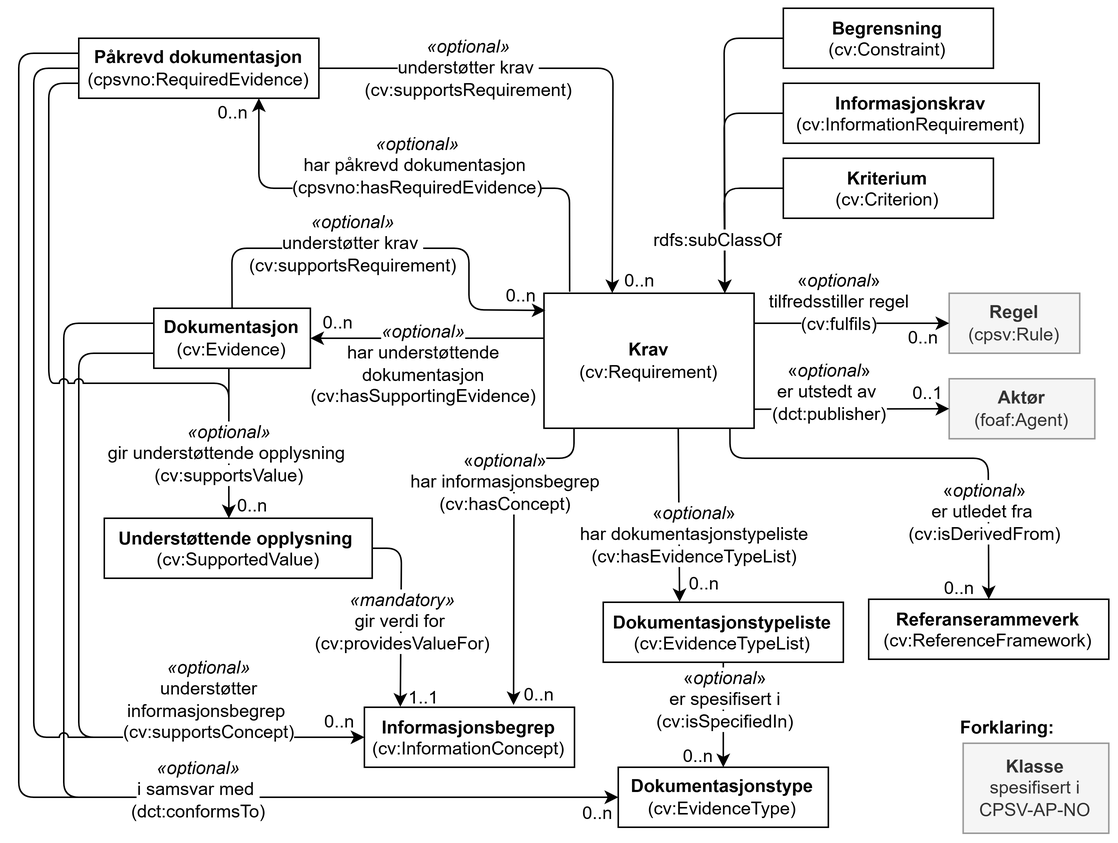
Before: docs/images/CCCEV-AP-NO-klasser.png, a diagram exported from draw.io (Informasjonsforvaltning/cccev-ap-no). Source tidied: cells renumbered, new cells last; positions are measured from the earlier drawing's top-left corner, leaving out a move shared by most shapes.
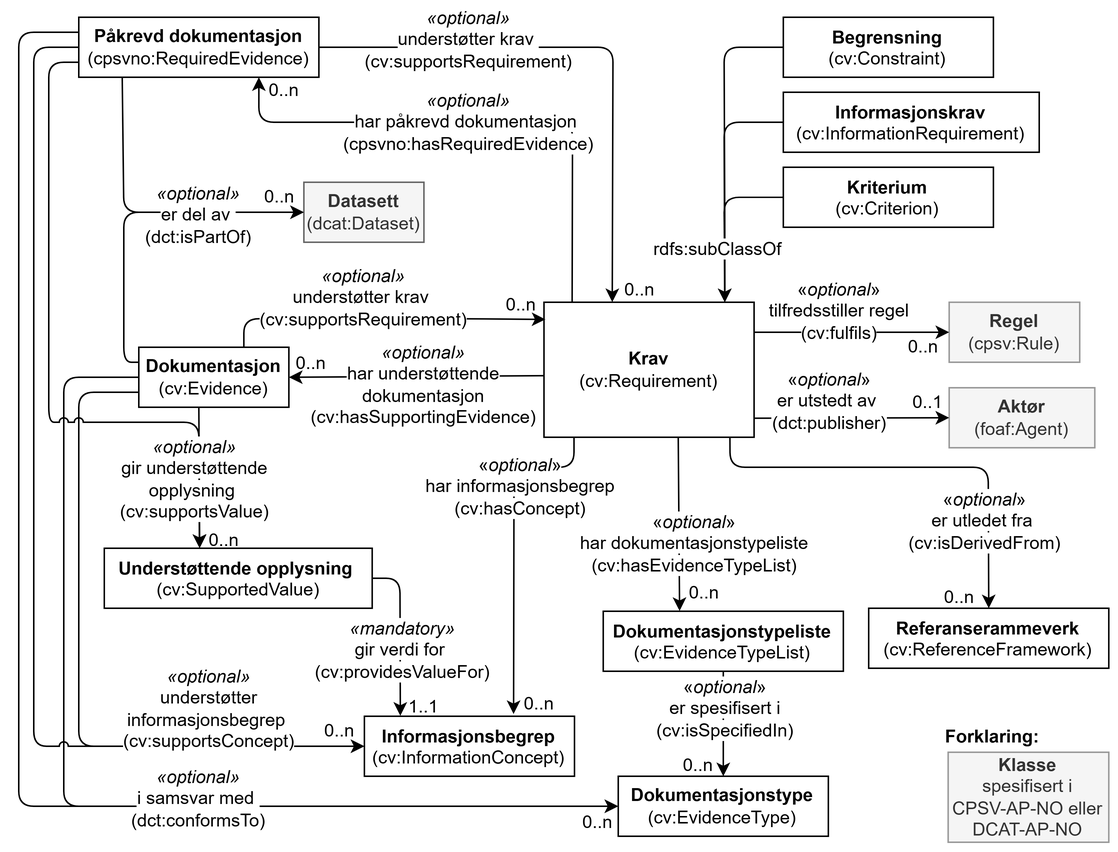
The same file after the commit.

Diff of the diagram source:
```diff
@@ -62,7 +62,7 @@
       <mxGeometry relative="1" as="geometry" />
     </mxCell>
     <mxCell id="19" value="&lt;span style=&quot;background-color: rgb(255, 255, 255);&quot;&gt;«&lt;i style=&quot;&quot;&gt;optional&lt;/i&gt;»&lt;br&gt;&amp;nbsp;har informasjonsbegrep&amp;nbsp;&lt;br&gt;(cv:hasConcept)&lt;/span&gt;" style="text;html=1;strokeColor=none;fillColor=none;align=center;verticalAlign=middle;whiteSpace=wrap;rounded=0;" parent="1" vertex="1">
-      <mxGeometry x="250.4" y="290" width="149" height="52" as="geometry" />
+      <mxGeometry x="260.5" y="287" width="149" height="52" as="geometry" />
     </mxCell>
     <mxCell id="20" style="endArrow=classic;html=1;rounded=1;exitX=0.885;exitY=1.003;exitDx=0;exitDy=0;entryX=0.5;entryY=0;entryDx=0;entryDy=0;exitPerimeter=0;curved=0;" parent="1" edge="1" source="2" target="8">
       <mxGeometry relative="1" as="geometry">
@@ -125,49 +125,48 @@
       <mxGeometry x="436.5" y="140" width="60" height="30" as="geometry" />
     </mxCell>
     <mxCell id="33" value="&lt;b&gt;Dokumentasjon&lt;/b&gt;&lt;br&gt;(cv:Evidence)" style="rounded=0;whiteSpace=wrap;html=1;fillColor=none;strokeColor=#000000;" parent="1" vertex="1">
-      <mxGeometry x="90" y="200" width="104.3" height="40" as="geometry" />
+      <mxGeometry x="80" y="220" width="100" height="40" as="geometry" />
     </mxCell>
-    <mxCell id="34" style="endArrow=classic;html=1;rounded=0;exitX=0;exitY=0.333;exitDx=0;exitDy=0;exitPerimeter=0;entryX=1;entryY=0.5;entryDx=0;entryDy=0;" parent="1" edge="1" source="2" target="33">
+    <mxCell id="34" style="endArrow=classic;html=1;rounded=0;entryX=1;entryY=0.5;entryDx=0;entryDy=0;exitX=-0.001;exitY=0.544;exitDx=0;exitDy=0;exitPerimeter=0;" parent="1" edge="1" source="2" target="33">
       <mxGeometry relative="1" as="geometry" />
     </mxCell>
     <mxCell id="35" value="&lt;span style=&quot;background-color: light-dark(#ffffff, var(--ge-dark-color, #121212));&quot;&gt;&lt;i&gt;«optional»&lt;br&gt;&lt;/i&gt;har understøttende dokumentasjon&lt;br&gt;(cv:hasSupportingEvidence)&lt;/span&gt;" style="text;html=1;whiteSpace=wrap;strokeColor=none;fillColor=none;align=center;verticalAlign=middle;rounded=0;" parent="1" vertex="1">
-      <mxGeometry x="240" y="222" width="60" height="30" as="geometry" />
+      <mxGeometry x="240" y="230" width="60" height="30" as="geometry" />
     </mxCell>
     <mxCell id="36" value="0..n" style="text;html=1;strokeColor=none;fillColor=none;align=center;verticalAlign=middle;whiteSpace=wrap;rounded=0;" parent="1" vertex="1">
-      <mxGeometry x="196.3" y="200" width="34" height="20" as="geometry" />
+      <mxGeometry x="180" y="221" width="30" height="20" as="geometry" />
     </mxCell>
     <mxCell id="37" style="group;" parent="1" vertex="1">
       <mxGeometry x="629.3" y="470" width="97" height="80" as="geometry" />
     </mxCell>
-    <mxCell id="38" value="&lt;b&gt;Klasse&lt;/b&gt;&lt;div&gt;spesifisert i CPSV-AP-NO&lt;/div&gt;" style="rounded=0;whiteSpace=wrap;html=1;fillColor=#f5f5f5;strokeColor=#999999;fontColor=#333333;" parent="37" vertex="1">
-      <mxGeometry y="20" width="97" height="60" as="geometry" />
+    <mxCell id="38" value="&lt;b&gt;Klasse&lt;/b&gt;&lt;div&gt;spesifisert i &lt;br&gt;CPSV-AP-NO eller DCAT-AP-NO&lt;/div&gt;" style="rounded=0;whiteSpace=wrap;html=1;fillColor=#f5f5f5;strokeColor=#999999;fontColor=#333333;" parent="37" vertex="1">
+      <mxGeometry x="-10" y="20" width="107" height="60" as="geometry" />
     </mxCell>
     <mxCell id="39" value="&lt;b&gt;Forklaring:&lt;/b&gt;" style="text;html=1;whiteSpace=wrap;strokeColor=none;fillColor=none;align=center;verticalAlign=middle;rounded=0;" parent="37" vertex="1">
-      <mxGeometry width="60" height="20" as="geometry" />
+      <mxGeometry x="-10" width="60" height="20" as="geometry" />
     </mxCell>
     <mxCell id="40" value="&lt;div&gt;&lt;b&gt;Understøttende opplysning&amp;nbsp;&lt;/b&gt;&lt;/div&gt;&lt;div&gt;(cv:SupportedValue)&lt;/div&gt;" style="rounded=0;whiteSpace=wrap;html=1;verticalAlign=top;fontFamily=Helvetica;fontSize=12;fillColor=none;" parent="1" vertex="1">
-      <mxGeometry x="57" y="340" width="178.5" height="40" as="geometry" />
+      <mxGeometry x="57" y="354" width="178.5" height="40" as="geometry" />
     </mxCell>
-    <mxCell id="41" style="endArrow=classic;html=1;rounded=0;" parent="1" edge="1">
+    <mxCell id="41" style="endArrow=classic;html=1;rounded=0;entryX=0.356;entryY=-0.001;entryDx=0;entryDy=0;entryPerimeter=0;" parent="1" edge="1" target="40">
       <mxGeometry relative="1" as="geometry">
-        <mxPoint x="140" y="240" as="sourcePoint" />
-        <mxPoint x="140" y="340" as="targetPoint" />
+        <mxPoint x="120" y="260" as="sourcePoint" />
       </mxGeometry>
     </mxCell>
     <mxCell id="42" value="0..n" style="text;html=1;strokeColor=none;fillColor=none;align=center;verticalAlign=middle;whiteSpace=wrap;rounded=0;" parent="1" vertex="1">
-      <mxGeometry x="141" y="322" width="30" height="20" as="geometry" />
+      <mxGeometry x="122" y="339" width="30" height="20" as="geometry" />
     </mxCell>
-    <mxCell id="43" style="endArrow=classic;html=1;rounded=1;exitX=0.5;exitY=0;exitDx=0;exitDy=0;curved=0;entryX=0.007;entryY=0.127;entryDx=0;entryDy=0;entryPerimeter=0;" parent="1" edge="1" source="33" target="2">
+    <mxCell id="43" style="endArrow=classic;html=1;rounded=1;curved=0;entryX=0.007;entryY=0.127;entryDx=0;entryDy=0;entryPerimeter=0;" parent="1" edge="1" target="2">
       <mxGeometry relative="1" as="geometry">
+        <mxPoint x="150" y="220" as="sourcePoint" />
         <Array as="points">
-          <mxPoint x="142" y="160" />
-          <mxPoint x="300" y="160" />
+          <mxPoint x="150" y="201" />
           <mxPoint x="300" y="201" />
         </Array>
       </mxGeometry>
     </mxCell>
     <mxCell id="44" value="&lt;div&gt;&lt;span style=&quot;background-color: light-dark(#ffffff, var(--ge-dark-color, #121212));&quot;&gt;&amp;nbsp;&lt;i&gt;«optional»&lt;/i&gt;&amp;nbsp;&lt;/span&gt;&lt;/div&gt;&lt;div&gt;&lt;span style=&quot;background-color: light-dark(#ffffff, var(--ge-dark-color, #121212));&quot;&gt;understøtter krav&amp;nbsp;&lt;/span&gt;&lt;/div&gt;&lt;div&gt;&lt;span style=&quot;background-color: light-dark(#ffffff, var(--ge-dark-color, #121212));&quot;&gt;(cv:supportsRequirement)&lt;/span&gt;&lt;/div&gt;" style="text;html=1;whiteSpace=wrap;strokeColor=none;fillColor=none;align=center;verticalAlign=middle;rounded=0;" parent="1" vertex="1">
-      <mxGeometry x="193" y="142" width="60" height="30" as="geometry" />
+      <mxGeometry x="200" y="172" width="60" height="30" as="geometry" />
     </mxCell>
     <mxCell id="45" value="0..n" style="text;html=1;strokeColor=none;fillColor=none;align=center;verticalAlign=middle;whiteSpace=wrap;rounded=0;" parent="1" vertex="1">
       <mxGeometry x="318" y="182" width="34" height="20" as="geometry" />
@@ -175,7 +174,7 @@
     <mxCell id="46" style="endArrow=classic;html=1;rounded=1;entryX=0;entryY=0.5;entryDx=0;entryDy=0;exitX=0;exitY=0.75;exitDx=0;exitDy=0;curved=0;" parent="1" edge="1" source="33" target="4">
       <mxGeometry relative="1" as="geometry">
         <Array as="points">
-          <mxPoint x="40" y="230" />
+          <mxPoint x="40" y="250" />
           <mxPoint x="40" y="486" />
         </Array>
       </mxGeometry>
@@ -186,7 +185,7 @@
     <mxCell id="48" style="endArrow=classic;html=1;rounded=1;exitX=1;exitY=0.5;exitDx=0;exitDy=0;entryX=0.171;entryY=-0.008;entryDx=0;entryDy=0;entryPerimeter=0;curved=0;" parent="1" edge="1" source="40" target="4">
       <mxGeometry relative="1" as="geometry">
         <Array as="points">
-          <mxPoint x="255" y="360" />
+          <mxPoint x="254" y="374" />
         </Array>
       </mxGeometry>
     </mxCell>
@@ -194,12 +193,12 @@
       <mxGeometry x="253" y="450" width="34" height="20" as="geometry" />
     </mxCell>
     <mxCell id="50" value="&lt;div&gt;&lt;span style=&quot;background-color: light-dark(#ffffff, var(--ge-dark-color, #121212));&quot;&gt;&lt;i&gt;«mandatory»&lt;/i&gt;&lt;/span&gt;&lt;/div&gt;&lt;div&gt;&lt;span style=&quot;background-color: light-dark(#ffffff, var(--ge-dark-color, #121212));&quot;&gt;gir verdi for&amp;nbsp;&lt;/span&gt;&lt;/div&gt;&lt;div&gt;&lt;span style=&quot;background-color: light-dark(#ffffff, var(--ge-dark-color, #121212));&quot;&gt;(cv:providesValueFor)&lt;/span&gt;&lt;/div&gt;" style="text;html=1;whiteSpace=wrap;strokeColor=none;fillColor=none;align=center;verticalAlign=middle;rounded=0;" parent="1" vertex="1">
-      <mxGeometry x="226.3" y="394" width="60" height="30" as="geometry" />
+      <mxGeometry x="226.3" y="407" width="60" height="30" as="geometry" />
     </mxCell>
-    <mxCell id="51" style="endArrow=classic;html=1;rounded=1;entryX=0;entryY=0.5;entryDx=0;entryDy=0;exitX=0;exitY=0.25;exitDx=0;exitDy=0;curved=0;" parent="1" edge="1" source="33" target="25">
+    <mxCell id="51" style="endArrow=classic;html=1;rounded=1;entryX=0;entryY=0.5;entryDx=0;entryDy=0;exitX=0;exitY=0.5;exitDx=0;exitDy=0;curved=0;" parent="1" edge="1" source="33" target="25">
       <mxGeometry relative="1" as="geometry">
         <Array as="points">
-          <mxPoint x="30" y="210" />
+          <mxPoint x="30" y="240" />
           <mxPoint x="30" y="526" />
         </Array>
       </mxGeometry>
@@ -211,20 +210,20 @@
       <mxGeometry x="362.2" y="325" width="177.3" height="52" as="geometry" />
     </mxCell>
     <mxCell id="54" value="&lt;b&gt;Påkrevd dokumentasjon&lt;/b&gt;&lt;br&gt;(cpsvno:RequiredEvidence)" style="rounded=0;whiteSpace=wrap;html=1;fillColor=none;strokeColor=#000000;" parent="1" vertex="1">
-      <mxGeometry x="40" y="20" width="160" height="40" as="geometry" />
+      <mxGeometry x="40" width="160" height="40" as="geometry" />
     </mxCell>
     <mxCell id="55" style="endArrow=classic;html=1;rounded=1;exitX=1;exitY=0.5;exitDx=0;exitDy=0;entryX=0.325;entryY=-0.001;entryDx=0;entryDy=0;entryPerimeter=0;curved=0;" parent="1" edge="1" source="54" target="2">
       <mxGeometry relative="1" as="geometry">
         <Array as="points">
-          <mxPoint x="396" y="40" />
+          <mxPoint x="396" y="20" />
         </Array>
       </mxGeometry>
     </mxCell>
-    <mxCell id="56" style="endArrow=classic;html=1;rounded=1;entryX=0.75;entryY=1;entryDx=0;entryDy=0;exitX=0.122;exitY=-0.011;exitDx=0;exitDy=0;exitPerimeter=0;curved=0;" parent="1" edge="1" source="2" target="54">
+    <mxCell id="56" style="endArrow=classic;html=1;rounded=1;entryX=0.75;entryY=1;entryDx=0;entryDy=0;curved=0;exitX=0.134;exitY=-0.002;exitDx=0;exitDy=0;exitPerimeter=0;" parent="1" edge="1" source="2" target="54">
       <mxGeometry relative="1" as="geometry">
         <Array as="points">
-          <mxPoint x="367" y="120" />
-          <mxPoint x="160" y="120" />
+          <mxPoint x="369" y="70" />
+          <mxPoint x="160" y="70" />
         </Array>
       </mxGeometry>
     </mxCell>
@@ -232,18 +231,18 @@
       <mxGeometry x="397.5" y="172" width="34" height="20" as="geometry" />
     </mxCell>
     <mxCell id="58" value="0..n" style="text;html=1;strokeColor=none;fillColor=none;align=center;verticalAlign=middle;whiteSpace=wrap;rounded=0;" parent="1" vertex="1">
-      <mxGeometry x="126.3" y="60" width="34" height="20" as="geometry" />
+      <mxGeometry x="160" y="39" width="34" height="20" as="geometry" />
     </mxCell>
     <mxCell id="59" value="&lt;div&gt;&lt;span style=&quot;background-color: light-dark(#ffffff, var(--ge-dark-color, #121212));&quot;&gt;&amp;nbsp;&lt;i&gt;«optional»&lt;/i&gt;&amp;nbsp;&lt;/span&gt;&lt;/div&gt;&lt;div&gt;&lt;span style=&quot;background-color: light-dark(#ffffff, var(--ge-dark-color, #121212));&quot;&gt;understøtter krav&amp;nbsp;&lt;/span&gt;&lt;/div&gt;&lt;div&gt;&lt;span style=&quot;background-color: light-dark(#ffffff, var(--ge-dark-color, #121212));&quot;&gt;(cv:supportsRequirement)&lt;/span&gt;&lt;/div&gt;" style="text;html=1;whiteSpace=wrap;strokeColor=none;fillColor=none;align=center;verticalAlign=middle;rounded=0;" parent="1" vertex="1">
-      <mxGeometry x="270.3" y="25" width="60" height="30" as="geometry" />
+      <mxGeometry x="270.3" width="60" height="30" as="geometry" />
     </mxCell>
     <mxCell id="60" value="&lt;div&gt;&lt;span style=&quot;background-color: light-dark(#ffffff, var(--ge-dark-color, #121212));&quot;&gt;&amp;nbsp;&lt;i&gt;«optional»&lt;/i&gt;&amp;nbsp;&lt;/span&gt;&lt;/div&gt;&lt;div&gt;&lt;span style=&quot;background-color: light-dark(#ffffff, var(--ge-dark-color, #121212));&quot;&gt;har påkrevd dokumentasjon&amp;nbsp;&lt;/span&gt;&lt;/div&gt;&lt;div&gt;&lt;span style=&quot;background-color: light-dark(#ffffff, var(--ge-dark-color, #121212));&quot;&gt;(cpsvno:hasRequiredEvidence)&lt;/span&gt;&lt;/div&gt;" style="text;html=1;whiteSpace=wrap;strokeColor=none;fillColor=none;align=center;verticalAlign=middle;rounded=0;" parent="1" vertex="1">
-      <mxGeometry x="235.5" y="90" width="60" height="30" as="geometry" />
+      <mxGeometry x="270" y="55" width="60" height="30" as="geometry" />
     </mxCell>
     <mxCell id="61" style="endArrow=classic;html=1;rounded=1;entryX=0;entryY=0.5;entryDx=0;entryDy=0;exitX=0;exitY=0.5;exitDx=0;exitDy=0;curved=0;jumpStyle=arc;" parent="1" edge="1" source="54" target="4">
       <mxGeometry relative="1" as="geometry">
         <Array as="points">
-          <mxPoint x="10" y="40" />
+          <mxPoint x="10" y="20" />
           <mxPoint x="10" y="486" />
         </Array>
       </mxGeometry>
@@ -254,7 +253,7 @@
     <mxCell id="63" style="endArrow=classic;html=1;rounded=1;entryX=0;entryY=0.5;entryDx=0;entryDy=0;exitX=0;exitY=0.25;exitDx=0;exitDy=0;curved=0;jumpStyle=arc;" parent="1" edge="1" source="54" target="25">
       <mxGeometry relative="1" as="geometry">
         <Array as="points">
-          <mxPoint y="30" />
+          <mxPoint y="10" />
           <mxPoint y="526" />
         </Array>
       </mxGeometry>
@@ -262,18 +261,41 @@
     <mxCell id="64" value="&lt;div&gt;&lt;span style=&quot;background-color: light-dark(#ffffff, var(--ge-dark-color, #121212));&quot;&gt;&lt;i&gt;«optional»&lt;/i&gt;&lt;/span&gt;&lt;/div&gt;&lt;div&gt;&lt;span style=&quot;background-color: light-dark(#ffffff, var(--ge-dark-color, #121212));&quot;&gt;i samsvar med&amp;nbsp;&lt;/span&gt;&lt;/div&gt;&lt;div&gt;&lt;span style=&quot;background-color: light-dark(#ffffff, var(--ge-dark-color, #121212));&quot;&gt;(dct:conformsTo)&lt;/span&gt;&lt;/div&gt;" style="text;html=1;whiteSpace=wrap;strokeColor=none;fillColor=none;align=center;verticalAlign=middle;rounded=0;" parent="1" vertex="1">
       <mxGeometry x="90" y="506" width="60" height="30" as="geometry" />
     </mxCell>
-    <mxCell id="65" style="endArrow=classic;html=1;rounded=1;exitX=0;exitY=0.75;exitDx=0;exitDy=0;curved=0;jumpStyle=arc;" parent="1" edge="1" source="54">
+    <mxCell id="65" style="endArrow=classic;html=1;rounded=1;exitX=0;exitY=0.75;exitDx=0;exitDy=0;curved=0;jumpStyle=arc;entryX=0.355;entryY=-0.006;entryDx=0;entryDy=0;entryPerimeter=0;" parent="1" edge="1" source="54" target="40">
       <mxGeometry relative="1" as="geometry">
-        <mxPoint x="140" y="340" as="targetPoint" />
         <Array as="points">
-          <mxPoint x="20" y="50" />
-          <mxPoint x="20" y="250" />
-          <mxPoint x="140" y="250" />
+          <mxPoint x="20" y="30" />
+          <mxPoint x="20" y="270" />
+          <mxPoint x="120" y="270" />
         </Array>
       </mxGeometry>
     </mxCell>
-    <mxCell id="66" value="&lt;div&gt;&lt;span style=&quot;background-color: light-dark(#ffffff, var(--ge-dark-color, #121212));&quot;&gt;&lt;i&gt;&amp;nbsp;&lt;/i&gt;&lt;/span&gt;&lt;span style=&quot;background-color: light-dark(#ffffff, var(--ge-dark-color, #121212));&quot;&gt;&lt;i&gt;«optional»&lt;/i&gt;&amp;nbsp;&lt;/span&gt;&lt;/div&gt;&lt;div&gt;&lt;span style=&quot;background-color: light-dark(#ffffff, var(--ge-dark-color, #121212));&quot;&gt;gir understøttende opplysning&amp;nbsp;&lt;/span&gt;&lt;/div&gt;&lt;div&gt;&lt;span style=&quot;background-color: light-dark(#ffffff, var(--ge-dark-color, #121212));&quot;&gt;(cv:supportsValue)&lt;/span&gt;&lt;/div&gt;" style="text;html=1;whiteSpace=wrap;strokeColor=none;fillColor=none;align=center;verticalAlign=middle;rounded=0;" parent="1" vertex="1">
-      <mxGeometry x="57" y="282" width="167.2" height="30" as="geometry" />
+    <mxCell id="66" value="&lt;div&gt;&lt;span style=&quot;background-color: light-dark(#ffffff, var(--ge-dark-color, #121212));&quot;&gt;&lt;i&gt;&amp;nbsp;&lt;/i&gt;&lt;/span&gt;&lt;span style=&quot;background-color: light-dark(#ffffff, var(--ge-dark-color, #121212));&quot;&gt;&lt;i&gt;«optional»&lt;/i&gt;&amp;nbsp;&lt;/span&gt;&lt;/div&gt;&lt;div&gt;&lt;span style=&quot;background-color: light-dark(#ffffff, var(--ge-dark-color, #121212));&quot;&gt;gir understøttende&lt;/span&gt;&lt;/div&gt;&lt;div&gt;&lt;span style=&quot;background-color: light-dark(#ffffff, var(--ge-dark-color, #121212));&quot;&gt;opplysning&amp;nbsp;&lt;/span&gt;&lt;/div&gt;&lt;div&gt;&lt;span style=&quot;background-color: light-dark(#ffffff, var(--ge-dark-color, #121212));&quot;&gt;(cv:supportsValue)&lt;/span&gt;&lt;/div&gt;" style="text;html=1;whiteSpace=wrap;strokeColor=none;fillColor=none;align=center;verticalAlign=middle;rounded=0;" parent="1" vertex="1">
+      <mxGeometry x="57" y="293" width="120.8" height="30" as="geometry" />
     </mxCell>
+    <mxCell id="67" value="&lt;b&gt;Datasett&lt;/b&gt;&lt;div&gt;(dcat:Dataset)&lt;/div&gt;" style="rounded=0;whiteSpace=wrap;html=1;fillColor=#f5f5f5;fontColor=#333333;strokeColor=#666666;" parent="1" vertex="1">
+      <mxGeometry x="190" y="110" width="80" height="40" as="geometry" />
+    </mxCell>
+    <mxCell id="68" style="endArrow=classic;html=1;rounded=1;entryX=0;entryY=0.5;entryDx=0;entryDy=0;curved=0;exitX=0.181;exitY=1.007;exitDx=0;exitDy=0;exitPerimeter=0;" parent="1" edge="1" source="54" target="67">
+      <mxGeometry relative="1" as="geometry">
+        <Array as="points">
+          <mxPoint x="70" y="130" />
+        </Array>
+      </mxGeometry>
+    </mxCell>
+    <mxCell id="69" value="0..n" style="text;html=1;strokeColor=none;fillColor=none;align=center;verticalAlign=middle;whiteSpace=wrap;rounded=0;" parent="1" vertex="1">
+      <mxGeometry x="157.3" y="110" width="34" height="20" as="geometry" />
+    </mxCell>
+    <mxCell id="70" style="endArrow=classic;html=1;rounded=1;entryX=0;entryY=0.5;entryDx=0;entryDy=0;exitX=0;exitY=0.25;exitDx=0;exitDy=0;curved=0;" parent="1" edge="1" source="33" target="67">
+      <mxGeometry relative="1" as="geometry">
+        <Array as="points">
+          <mxPoint x="70" y="230" />
+          <mxPoint x="70" y="130" />
+        </Array>
+      </mxGeometry>
+    </mxCell>
+    <mxCell id="71" value="&lt;div&gt;&lt;span style=&quot;background-color: light-dark(#ffffff, var(--ge-dark-color, #121212));&quot;&gt;&amp;nbsp;&lt;i&gt;«optional»&lt;/i&gt;&amp;nbsp;&lt;/span&gt;&lt;/div&gt;&lt;div&gt;&lt;span style=&quot;background-color: light-dark(#ffffff, var(--ge-dark-color, #121212));&quot;&gt;er del av&amp;nbsp;&lt;/span&gt;&lt;/div&gt;&lt;div&gt;&lt;span style=&quot;background-color: light-dark(#ffffff, var(--ge-dark-color, #121212));&quot;&gt;(dct:isPartOf)&lt;/span&gt;&lt;/div&gt;" style="text;html=1;whiteSpace=wrap;strokeColor=none;fillColor=none;align=center;verticalAlign=middle;rounded=0;" parent="1" vertex="1">
+      <mxGeometry x="90" y="117" width="60" height="30" as="geometry" />
+    </mxCell>
   </root>
 </mxGraphModel>
```
